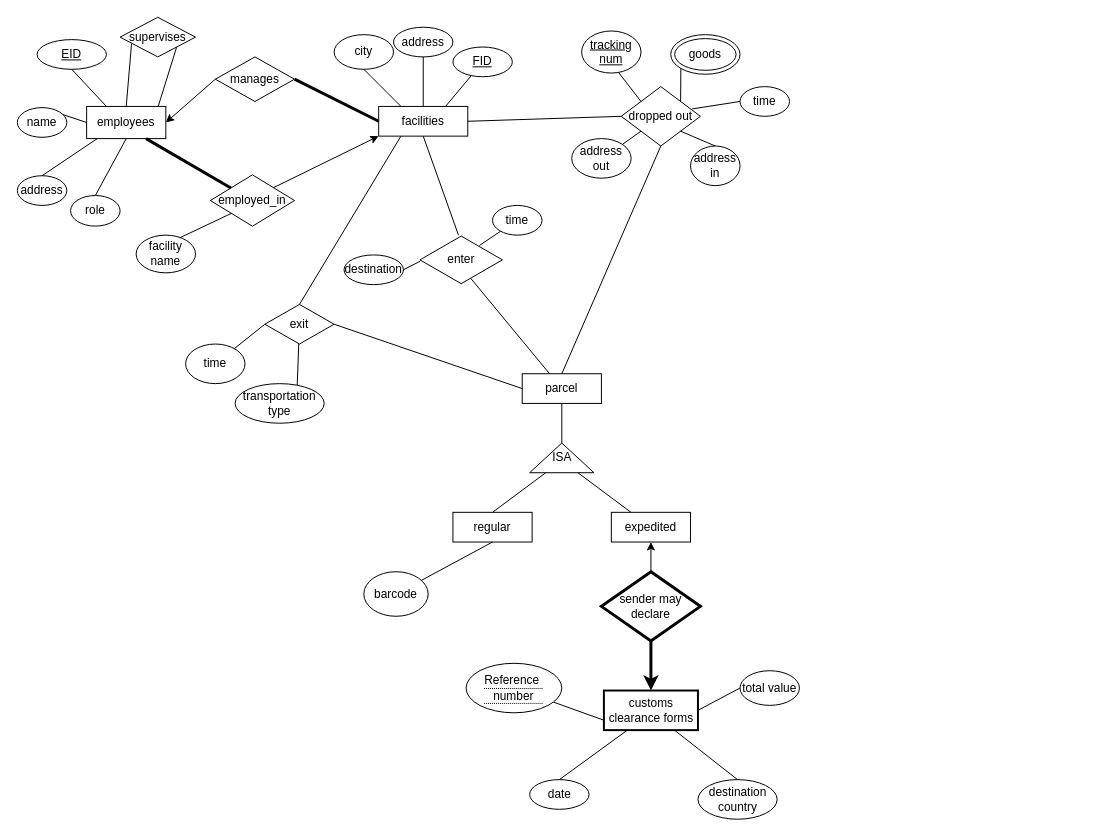
Earlier version of the draw.io diagram Untitled Diagram.drawio (Ahmed-S7/Assignment_1). Source tidied: cells renumbered, new cells numbered last; positions are measured from the earlier drawing's top-left corner, leaving out a move shared by most shapes. Both pictures are drawn from the tidied source at 99%, with x=0, y=0 at pixel (17, 17).
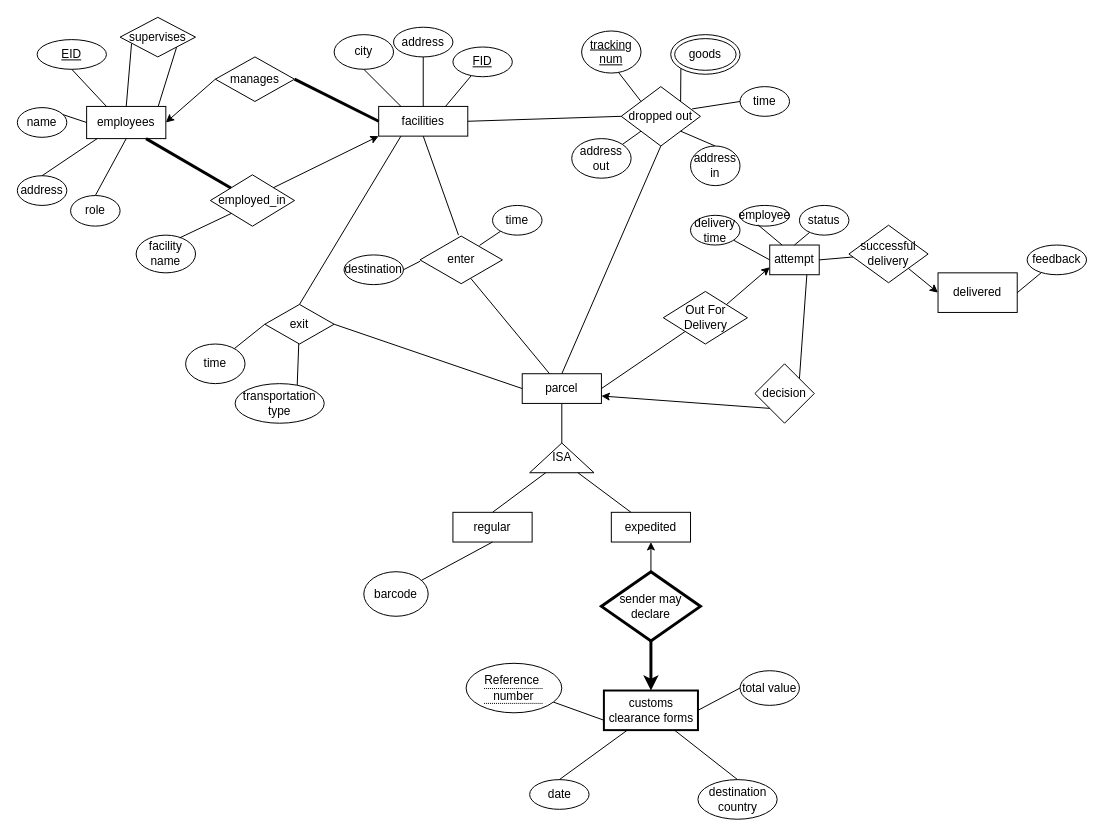
The same diagram, later.

Unchanged cells that the change refers to:
```xml
<mxCell id="16" value="parcel" style="rounded=0;whiteSpace=wrap;html=1;" parent="1" vertex="1">
  <mxGeometry x="510" y="360" width="80" height="30" as="geometry" />
</mxCell>
```

What changed in the source:
```diff
@@
+    <mxCell id="77" style="endArrow=none;html=1;rounded=0;exitX=1;exitY=0.5;exitDx=0;exitDy=0;strokeWidth=1;" parent="1" edge="1" source="16" target="78">
+      <mxGeometry relative="1" as="geometry" />
+    </mxCell>
+    <mxCell id="78" value="Out For Delivery" style="rhombus;whiteSpace=wrap;html=1;" parent="1" vertex="1">
+      <mxGeometry x="652.5" y="276.9" width="85" height="53.1" as="geometry" />
+    </mxCell>
+    <mxCell id="79" value="attempt" style="rounded=0;whiteSpace=wrap;html=1;" parent="1" vertex="1">
+      <mxGeometry x="760" y="230" width="50" height="30" as="geometry" />
+    </mxCell>
+    <mxCell id="80" style="endArrow=none;html=1;rounded=0;exitX=0;exitY=0.5;exitDx=0;exitDy=0;" parent="1" edge="1" source="79" target="81">
+      <mxGeometry relative="1" as="geometry" />
+    </mxCell>
+    <mxCell id="81" value="delivery time" style="ellipse;whiteSpace=wrap;html=1;" parent="1" vertex="1">
+      <mxGeometry x="680" y="200" width="50" height="30" as="geometry" />
+    </mxCell>
+    <mxCell id="82" value="employee" style="ellipse;whiteSpace=wrap;html=1;" parent="1" vertex="1">
+      <mxGeometry x="730" y="190" width="50" height="20.9" as="geometry" />
+    </mxCell>
+    <mxCell id="83" style="endArrow=none;html=1;rounded=0;exitX=0.25;exitY=0;exitDx=0;exitDy=0;entryX=0.361;entryY=0.937;entryDx=0;entryDy=0;entryPerimeter=0;" parent="1" edge="1" source="79" target="82">
+      <mxGeometry relative="1" as="geometry" />
+    </mxCell>
+    <mxCell id="84" style="endArrow=none;html=1;rounded=0;exitX=0.5;exitY=0;exitDx=0;exitDy=0;" parent="1" edge="1" source="79" target="85">
+      <mxGeometry relative="1" as="geometry" />
+    </mxCell>
+    <mxCell id="85" value="status" style="ellipse;whiteSpace=wrap;html=1;" parent="1" vertex="1">
+      <mxGeometry x="790" y="190" width="50" height="30" as="geometry" />
+    </mxCell>
+    <mxCell id="86" style="endArrow=none;html=1;rounded=0;exitX=1;exitY=0.5;exitDx=0;exitDy=0;" parent="1" edge="1" source="79" target="87">
+      <mxGeometry relative="1" as="geometry" />
+    </mxCell>
+    <mxCell id="87" value="successful delivery" style="rhombus;whiteSpace=wrap;html=1;" parent="1" vertex="1">
+      <mxGeometry x="840" y="210" width="80" height="58.1" as="geometry" />
+    </mxCell>
+    <mxCell id="88" value="delivered" style="rounded=0;whiteSpace=wrap;html=1;" parent="1" vertex="1">
+      <mxGeometry x="930" y="258.1" width="80" height="40" as="geometry" />
+    </mxCell>
+    <mxCell id="89" style="endArrow=none;html=1;rounded=0;exitX=0.75;exitY=1;exitDx=0;exitDy=0;entryX=1;entryY=0;entryDx=0;entryDy=0;" parent="1" edge="1" source="79" target="90">
+      <mxGeometry relative="1" as="geometry" />
+    </mxCell>
+    <mxCell id="90" value="decision" style="rhombus;whiteSpace=wrap;html=1;" parent="1" vertex="1">
+      <mxGeometry x="745" y="350" width="60" height="60" as="geometry" />
+    </mxCell>
+    <mxCell id="91" style="endArrow=none;html=1;rounded=0;exitX=1;exitY=0.5;exitDx=0;exitDy=0;" parent="1" edge="1" source="88" target="92">
+      <mxGeometry relative="1" as="geometry" />
+    </mxCell>
+    <mxCell id="92" value="feedback" style="ellipse;whiteSpace=wrap;html=1;" parent="1" vertex="1">
+      <mxGeometry x="1020" y="230" width="60" height="30" as="geometry" />
+    </mxCell>
+    <mxCell id="93" style="endArrow=classic;html=1;rounded=0;exitX=1;exitY=0;exitDx=0;exitDy=0;entryX=0;entryY=0.75;entryDx=0;entryDy=0;" parent="1" edge="1" source="78" target="79">
+      <mxGeometry relative="1" as="geometry" />
+    </mxCell>
+    <mxCell id="94" style="endArrow=classic;html=1;rounded=0;entryX=0;entryY=0.5;entryDx=0;entryDy=0;exitX=1;exitY=1;exitDx=0;exitDy=0;" parent="1" edge="1" source="87" target="88">
+      <mxGeometry relative="1" as="geometry" />
+    </mxCell>
+    <mxCell id="95" style="endArrow=classic;html=1;rounded=0;entryX=1;entryY=0.75;entryDx=0;entryDy=0;exitX=0;exitY=1;exitDx=0;exitDy=0;" parent="1" edge="1" source="90" target="16">
+      <mxGeometry relative="1" as="geometry" />
+    </mxCell>
```
